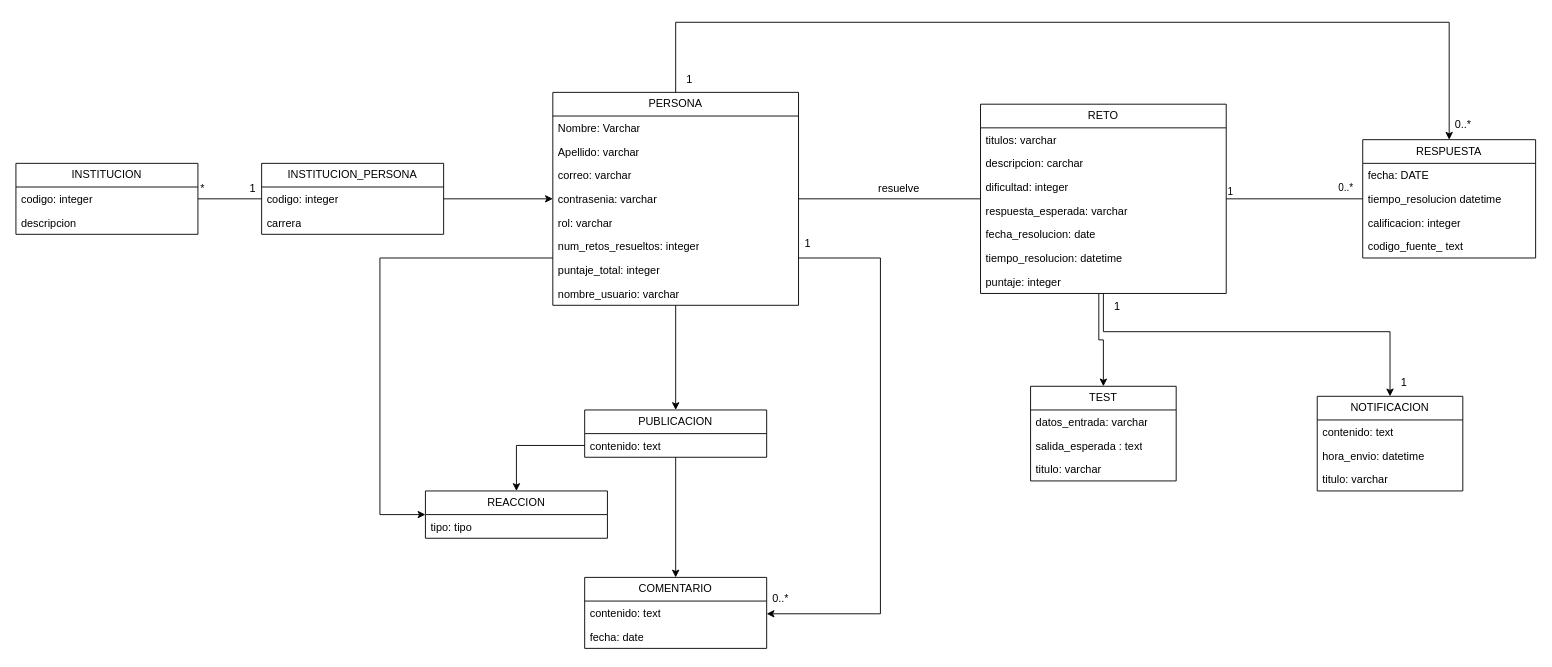
Earlier version of the draw.io diagram Base_De_Datos_Codium.drawio (SantiagoTamayo2002/UML). Source tidied: cells renumbered, new cells numbered last; positions are measured from the earlier drawing's top-left corner, leaving out a move shared by most shapes. Both pictures are drawn from the tidied source at 91%, with x=0, y=0 at pixel (15, 22).
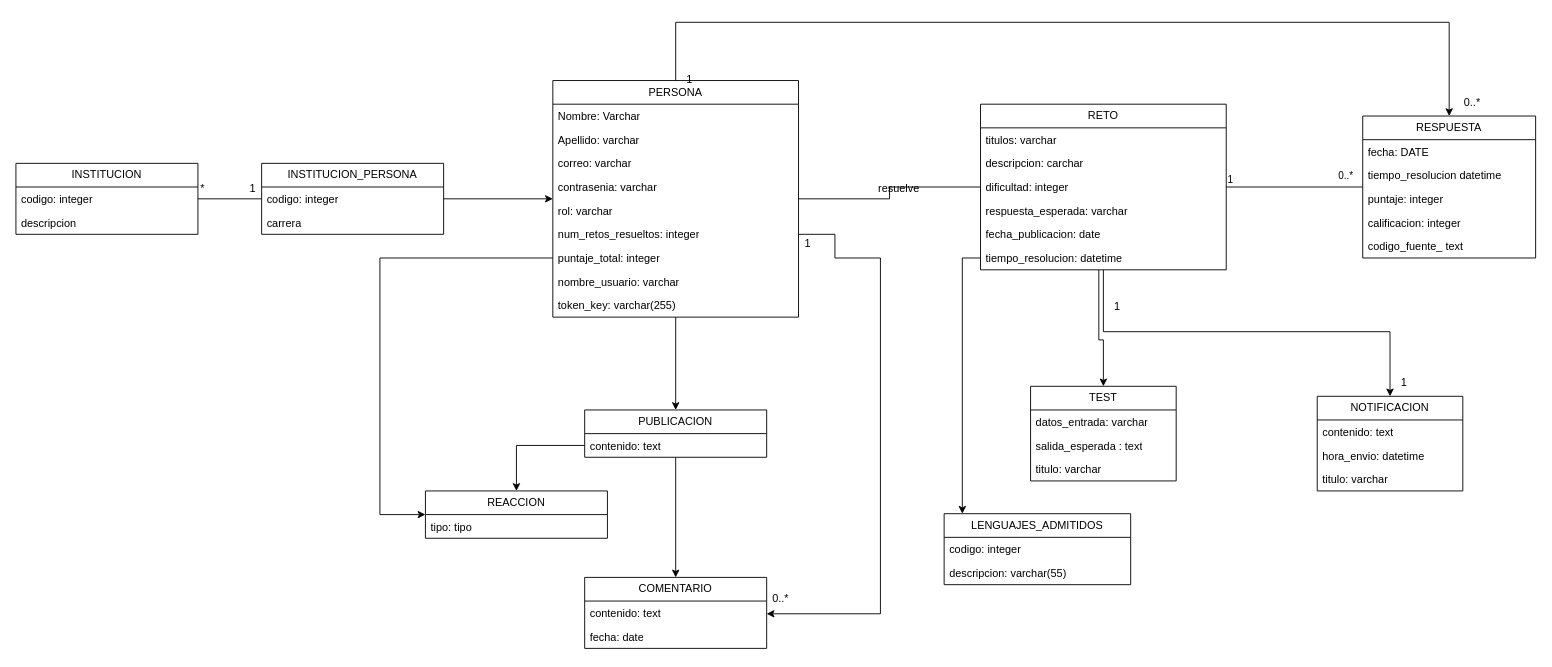
The same page after the edit.

Unchanged cells that the change refers to:
```xml
<mxCell id="10" value="num_retos_resueltos: integer" style="text;strokeColor=none;fillColor=none;align=left;verticalAlign=top;spacingLeft=4;spacingRight=4;overflow=hidden;points=[[0,0.5],[1,0.5]];portConstraint=eastwest;whiteSpace=wrap;html=1;" parent="4" vertex="1">
  <mxGeometry y="156" width="270" height="26" as="geometry" />
</mxCell>
<mxCell id="19" value="tiempo_resolucion: datetime" style="text;strokeColor=none;fillColor=none;align=left;verticalAlign=top;spacingLeft=4;spacingRight=4;overflow=hidden;points=[[0,0.5],[1,0.5]];portConstraint=eastwest;whiteSpace=wrap;html=1;" parent="13" vertex="1">
  <mxGeometry y="156" width="270" height="26" as="geometry" />
</mxCell>
<mxCell id="21" value="TEST" style="swimlane;fontStyle=0;horizontal=1;startSize=26;fillColor=none;whiteSpace=wrap;html=1;" parent="1" vertex="1">
  <mxGeometry x="1115" y="400" width="160" height="104" as="geometry" />
</mxCell>
<mxCell id="51" value="REACCION" style="swimlane;fontStyle=0;horizontal=1;startSize=26;fillColor=none;whiteSpace=wrap;html=1;" parent="1" vertex="1">
  <mxGeometry x="450" y="515" width="200" height="52" as="geometry" />
</mxCell>
<mxCell id="53" value="COMENTARIO" style="swimlane;fontStyle=0;horizontal=1;startSize=26;fillColor=none;whiteSpace=wrap;html=1;" parent="1" vertex="1">
  <mxGeometry x="625" y="610" width="200" height="78" as="geometry" />
</mxCell>
```

What changed in the source:
```diff
@@
     <mxCell id="4" value="PERSONA" style="swimlane;fontStyle=0;horizontal=1;startSize=26;fillColor=none;whiteSpace=wrap;html=1;" parent="1" vertex="1">
-      <mxGeometry x="590" y="77" width="270" height="234" as="geometry" />
+      <mxGeometry x="590" y="64" width="270" height="260" as="geometry" />
     </mxCell>
@@
+    <mxCell id="68" value="token_key: varchar(255)" style="text;strokeColor=none;fillColor=none;align=left;verticalAlign=top;spacingLeft=4;spacingRight=4;overflow=hidden;whiteSpace=wrap;html=1;" parent="4" vertex="1">
+      <mxGeometry y="234" width="270" height="26" as="geometry" />
+    </mxCell>
     <mxCell id="13" value="RETO" style="swimlane;fontStyle=0;horizontal=1;startSize=26;fillColor=none;whiteSpace=wrap;html=1;" parent="1" vertex="1">
-      <mxGeometry x="1060" y="90" width="270" height="208" as="geometry" />
+      <mxGeometry x="1060" y="90" width="270" height="182" as="geometry" />
     </mxCell>
@@
-    <mxCell id="18" value="fecha_resolucion: date" style="text;strokeColor=none;fillColor=none;align=left;verticalAlign=top;spacingLeft=4;spacingRight=4;overflow=hidden;whiteSpace=wrap;html=1;" parent="13" vertex="1">
+    <mxCell id="18" value="fecha_publicacion: date" style="text;strokeColor=none;fillColor=none;align=left;verticalAlign=top;spacingLeft=4;spacingRight=4;overflow=hidden;whiteSpace=wrap;html=1;" parent="13" vertex="1">
       <mxGeometry y="130" width="270" height="26" as="geometry" />
     </mxCell>
@@
-    <mxCell id="20" value="puntaje: integer" style="text;strokeColor=none;fillColor=none;align=left;verticalAlign=top;spacingLeft=4;spacingRight=4;overflow=hidden;points=[[0,0.5],[1,0.5]];portConstraint=eastwest;whiteSpace=wrap;html=1;" parent="13" vertex="1">
-      <mxGeometry y="182" width="270" height="26" as="geometry" />
-    </mxCell>
@@
     <mxCell id="37" value="RESPUESTA" style="swimlane;fontStyle=0;horizontal=1;startSize=26;fillColor=none;whiteSpace=wrap;html=1;" parent="1" vertex="1">
-      <mxGeometry x="1480" y="129" width="190" height="130" as="geometry" />
+      <mxGeometry x="1480" y="103" width="190" height="156" as="geometry" />
     </mxCell>
@@
+    <mxCell id="20" value="puntaje: integer" style="text;strokeColor=none;fillColor=none;align=left;verticalAlign=top;spacingLeft=4;spacingRight=4;overflow=hidden;points=[[0,0.5],[1,0.5]];portConstraint=eastwest;whiteSpace=wrap;html=1;" parent="37" vertex="1">
+      <mxGeometry y="78" width="190" height="26" as="geometry" />
+    </mxCell>
     <mxCell id="40" value="calificacion: integer" style="text;strokeColor=none;fillColor=none;align=left;verticalAlign=top;spacingLeft=4;spacingRight=4;overflow=hidden;whiteSpace=wrap;html=1;" parent="37" vertex="1">
-      <mxGeometry y="78" width="190" height="26" as="geometry" />
+      <mxGeometry y="104" width="190" height="26" as="geometry" />
     </mxCell>
     <mxCell id="41" value="codigo_fuente_ text" style="text;strokeColor=none;fillColor=none;align=left;verticalAlign=top;spacingLeft=4;spacingRight=4;overflow=hidden;whiteSpace=wrap;html=1;" parent="37" vertex="1">
-      <mxGeometry y="104" width="190" height="26" as="geometry" />
+      <mxGeometry y="130" width="190" height="26" as="geometry" />
     </mxCell>
@@
-    <mxCell id="45" style="edgeStyle=orthogonalEdgeStyle;rounded=0;jettySize=auto;html=1;" parent="1" edge="1" source="20" target="21">
+    <mxCell id="45" style="edgeStyle=orthogonalEdgeStyle;rounded=0;jettySize=auto;html=1;" parent="1" edge="1" source="13" target="21">
       <mxGeometry relative="1" as="geometry">
         <Array as="points">
           <mxPoint x="1190" y="349" />
           <mxPoint x="1195" y="349" />
         </Array>
       </mxGeometry>
     </mxCell>
@@
     <mxCell id="50" value="0..*" style="text;html=1;align=center;verticalAlign=middle;strokeColor=none;fillColor=none;" parent="1" vertex="1">
-      <mxGeometry x="1570" y="98" width="40" height="30" as="geometry" />
+      <mxGeometry x="1580" y="73" width="40" height="30" as="geometry" />
     </mxCell>
@@
-    <mxCell id="64" style="edgeStyle=orthogonalEdgeStyle;rounded=0;jettySize=auto;html=1;" parent="1" edge="1" source="10" target="51">
+    <mxCell id="64" style="edgeStyle=orthogonalEdgeStyle;rounded=0;jettySize=auto;html=1;" parent="1" edge="1" source="4" target="51">
       <mxGeometry relative="1" as="geometry">
         <Array as="points">
           <mxPoint x="400" y="259" />
           <mxPoint x="400" y="541" />
         </Array>
       </mxGeometry>
     </mxCell>
-    <mxCell id="65" style="edgeStyle=orthogonalEdgeStyle;rounded=0;jettySize=auto;html=1;" parent="1" edge="1" source="10" target="53">
+    <mxCell id="65" style="edgeStyle=orthogonalEdgeStyle;rounded=0;jettySize=auto;html=1;" parent="1" edge="1" source="4" target="53">
       <mxGeometry relative="1" as="geometry">
         <Array as="points">
+          <mxPoint x="900" y="233" />
+          <mxPoint x="900" y="259" />
           <mxPoint x="950" y="259" />
           <mxPoint x="950" y="650" />
         </Array>
       </mxGeometry>
     </mxCell>
@@
+    <mxCell id="69" value="LENGUAJES_ADMITIDOS" style="swimlane;fontStyle=0;horizontal=1;startSize=26;fillColor=none;whiteSpace=wrap;html=1;" parent="1" vertex="1">
+      <mxGeometry x="1020" y="540" width="205" height="78" as="geometry" />
+    </mxCell>
+    <mxCell id="70" value="codigo: integer" style="text;strokeColor=none;fillColor=none;align=left;verticalAlign=top;spacingLeft=4;spacingRight=4;overflow=hidden;whiteSpace=wrap;html=1;" parent="69" vertex="1">
+      <mxGeometry y="26" width="205" height="26" as="geometry" />
+    </mxCell>
+    <mxCell id="71" value="descripcion: varchar(55)" style="text;strokeColor=none;fillColor=none;align=left;verticalAlign=top;spacingLeft=4;spacingRight=4;overflow=hidden;whiteSpace=wrap;html=1;" parent="69" vertex="1">
+      <mxGeometry y="52" width="205" height="26" as="geometry" />
+    </mxCell>
+    <mxCell id="72" style="edgeStyle=orthogonalEdgeStyle;rounded=0;jettySize=auto;html=1;" parent="1" edge="1" source="19" target="69">
+      <mxGeometry relative="1" as="geometry">
+        <Array as="points">
+          <mxPoint x="1040" y="259" />
+        </Array>
+      </mxGeometry>
+    </mxCell>
```
